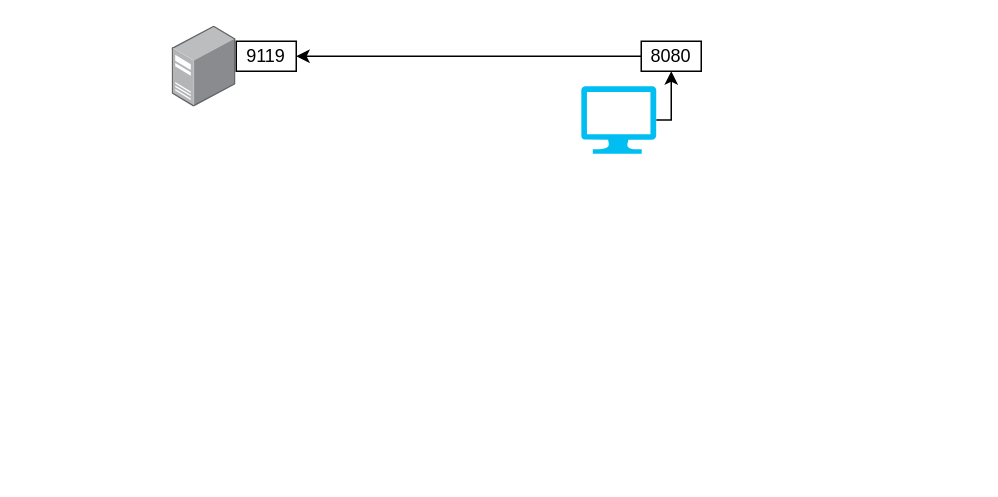
Above: Networks/Protocols/Application_Layer/SSH/LocalForwardIdea.drawio in mg-Ben/MyKnowledge (draw.io), before the change. Source tidied: cells renumbered, new cells numbered last; positions are measured from the earlier drawing's top-left corner, leaving out a move shared by most shapes. Both pictures are drawn from the tidied source at 150%, with x=0, y=0 at pixel (171, 26).
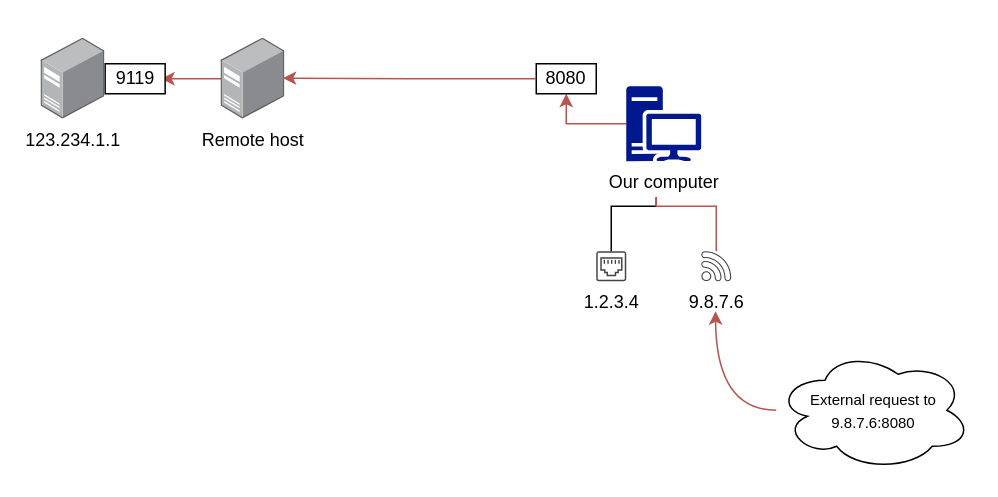
Above is the later version.

What changed in the source:
```diff
@@
-    <mxCell id="2" style="edgeStyle=orthogonalEdgeStyle;rounded=0;jettySize=auto;html=1;exitX=1;exitY=0.5;exitDx=0;exitDy=0;exitPerimeter=0;entryX=0.5;entryY=1;entryDx=0;entryDy=0;" parent="1" edge="1" source="3" target="6">
-      <mxGeometry relative="1" as="geometry" />
-    </mxCell>
-    <mxCell id="3" style="verticalLabelPosition=bottom;html=1;verticalAlign=top;align=center;strokeColor=none;fillColor=#00BEF2;shape=mxgraph.azure.computer;" parent="1" vertex="1">
-      <mxGeometry x="273" y="40" width="50" height="45" as="geometry" />
-    </mxCell>
-    <mxCell id="4" style="image;html=1;align=center;shadow=0;dashed=0;image=img/lib/allied_telesis/computer_and_terminals/Server_Desktop.svg;" parent="1" vertex="1">
-      <mxGeometry x="0.4" width="42.6" height="54" as="geometry" />
-    </mxCell>
-    <mxCell id="5" style="edgeStyle=orthogonalEdgeStyle;rounded=0;jettySize=auto;html=1;entryX=1;entryY=0.5;entryDx=0;entryDy=0;" parent="1" edge="1" source="6" target="7">
-      <mxGeometry relative="1" as="geometry" />
-    </mxCell>
+    <mxCell id="8" style="edgeStyle=orthogonalEdgeStyle;rounded=0;jettySize=auto;html=1;fillColor=#f8cecc;strokeColor=#b85450;" parent="1" edge="1" source="9">
+      <mxGeometry relative="1" as="geometry">
+        <mxPoint x="-7" y="35" as="targetPoint" />
+      </mxGeometry>
+    </mxCell>
+    <mxCell id="9" value="Remote host" style="image;points=[];html=1;align=center;shadow=0;dashed=0;image=img/lib/allied_telesis/computer_and_terminals/Server_Desktop.svg;" parent="1" vertex="1">
+      <mxGeometry x="33" y="8" width="42.6" height="54" as="geometry" />
+    </mxCell>
+    <mxCell id="7" value="9119" style="rounded=0;whiteSpace=wrap;html=1;" parent="1" vertex="1">
+      <mxGeometry x="-44.4" y="25" width="40" height="20" as="geometry" />
+    </mxCell>
+    <mxCell id="10" value="123.234.1.1" style="image;html=1;align=center;shadow=0;dashed=0;image=img/lib/allied_telesis/computer_and_terminals/Server_Desktop.svg;" parent="1" vertex="1">
+      <mxGeometry x="-87" y="8" width="42.6" height="54" as="geometry" />
+    </mxCell>
+    <mxCell id="11" style="edgeStyle=orthogonalEdgeStyle;rounded=0;jettySize=auto;html=1;entryX=0.5;entryY=1;entryDx=0;entryDy=0;fillColor=#f8cecc;strokeColor=#b85450;" parent="1" edge="1" source="12" target="6">
+      <mxGeometry relative="1" as="geometry" />
+    </mxCell>
+    <mxCell id="12" value="Our computer" style="sketch=0;shadow=0;dashed=0;html=1;strokeColor=none;labelPosition=center;verticalLabelPosition=bottom;verticalAlign=top;align=center;fillColor=#00188D;shape=mxgraph.mscae.enterprise.workstation_client;" parent="1" vertex="1">
+      <mxGeometry x="303" y="40" width="50" height="50" as="geometry" />
+    </mxCell>
+    <mxCell id="13" value="9.8.7.6" style="sketch=0;shadow=0;dashed=0;html=1;strokeColor=none;fillColor=#434445;labelPosition=center;verticalLabelPosition=bottom;verticalAlign=top;align=center;shape=mxgraph.vvd.wi_fi;" parent="1" vertex="1">
+      <mxGeometry x="353" y="150" width="20" height="20" as="geometry" />
+    </mxCell>
+    <mxCell id="14" value="1.2.3.4" style="sketch=0;shadow=0;dashed=0;html=1;strokeColor=none;fillColor=#434445;labelPosition=center;verticalLabelPosition=bottom;verticalAlign=top;align=center;shape=mxgraph.vvd.ethernet_port;" parent="1" vertex="1">
+      <mxGeometry x="283" y="150" width="20" height="20" as="geometry" />
+    </mxCell>
+    <mxCell id="15" style="rounded=0;orthogonalLoop=1;jettySize=auto;html=1;strokeColor=default;endArrow=none;endFill=0;" parent="1" edge="1">
+      <mxGeometry relative="1" as="geometry">
+        <mxPoint x="323" y="114" as="sourcePoint" />
+        <mxPoint x="293" y="150" as="targetPoint" />
+        <Array as="points">
+          <mxPoint x="323" y="120" />
+          <mxPoint x="293" y="120" />
+        </Array>
+      </mxGeometry>
+    </mxCell>
+    <mxCell id="16" style="edgeStyle=orthogonalEdgeStyle;rounded=0;orthogonalLoop=1;jettySize=auto;html=1;endArrow=none;endFill=0;fillColor=#f8cecc;strokeColor=#b85450;" parent="1" edge="1">
+      <mxGeometry relative="1" as="geometry">
+        <mxPoint x="323" y="114" as="sourcePoint" />
+        <mxPoint x="363" y="150" as="targetPoint" />
+        <Array as="points">
+          <mxPoint x="323" y="120" />
+          <mxPoint x="363" y="120" />
+        </Array>
+      </mxGeometry>
+    </mxCell>
+    <mxCell id="17" value="&lt;font style=&quot;font-size: 10px;&quot;&gt;External request to 9.8.7.6:8080&lt;/font&gt;" style="ellipse;shape=cloud;whiteSpace=wrap;html=1;fillColor=none;" parent="1" vertex="1">
+      <mxGeometry x="403" y="216" width="130" height="80" as="geometry" />
+    </mxCell>
+    <mxCell id="18" style="edgeStyle=orthogonalEdgeStyle;rounded=0;jettySize=auto;html=1;curved=1;fillColor=#f8cecc;strokeColor=#b85450;" parent="1" edge="1" source="17">
+      <mxGeometry relative="1" as="geometry">
+        <mxPoint x="362.5" y="190" as="targetPoint" />
+      </mxGeometry>
+    </mxCell>
     <mxCell id="6" value="8080" style="rounded=0;whiteSpace=wrap;html=1;" parent="1" vertex="1">
-      <mxGeometry x="313" y="10" width="40" height="20" as="geometry" />
+      <mxGeometry x="243" y="25" width="40" height="20" as="geometry" />
     </mxCell>
-    <mxCell id="7" value="9119" style="rounded=0;whiteSpace=wrap;html=1;" parent="1" vertex="1">
-      <mxGeometry x="43" y="10" width="40" height="20" as="geometry" />
-    </mxCell>
+    <mxCell id="19" style="edgeStyle=orthogonalEdgeStyle;rounded=0;jettySize=auto;html=1;entryX=0.962;entryY=0.492;entryDx=0;entryDy=0;entryPerimeter=0;fillColor=#f8cecc;strokeColor=#b85450;" parent="1" edge="1" source="6" target="9">
+      <mxGeometry relative="1" as="geometry" />
+    </mxCell>
```
